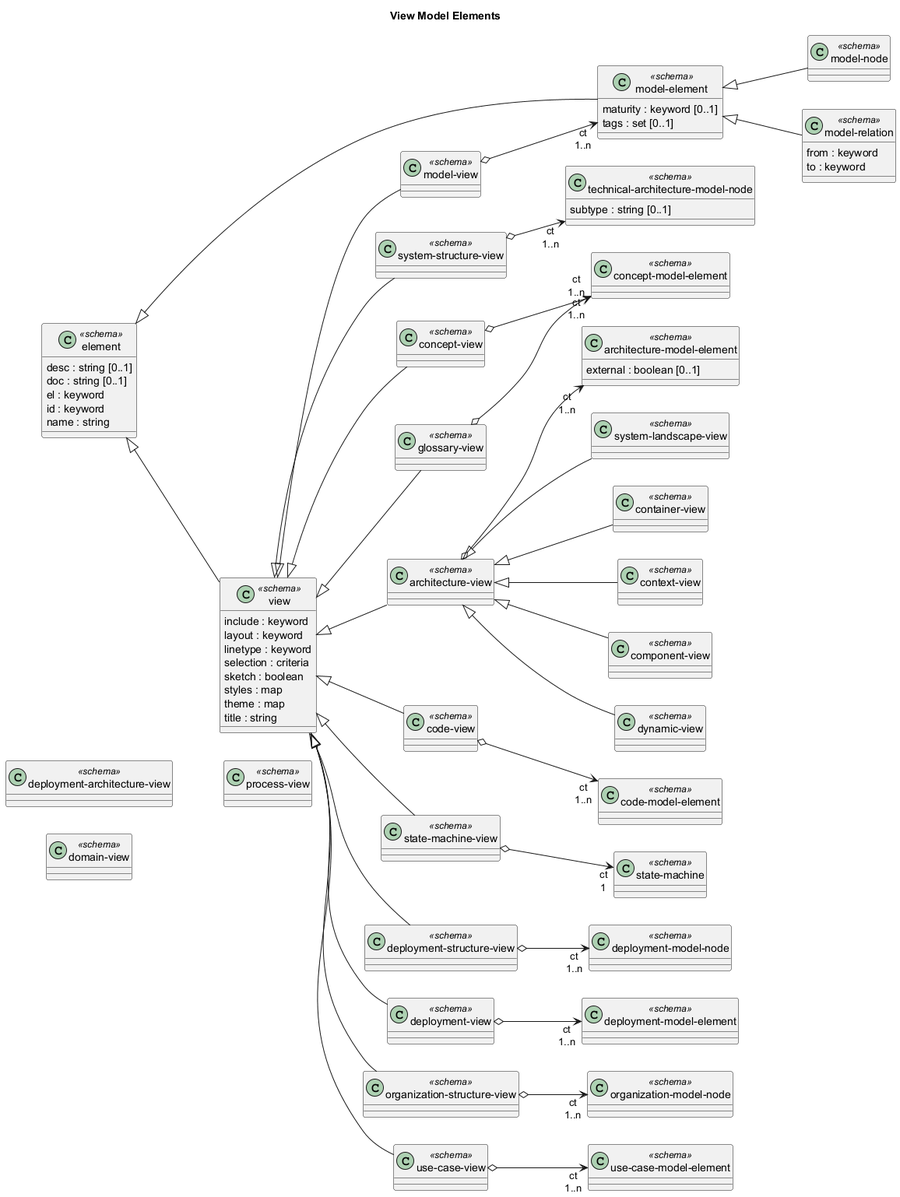
This is docs/overarch/data-model/view-model-elements.png from soulspace-org/overarch, a PlantUML export, as it was before one commit.
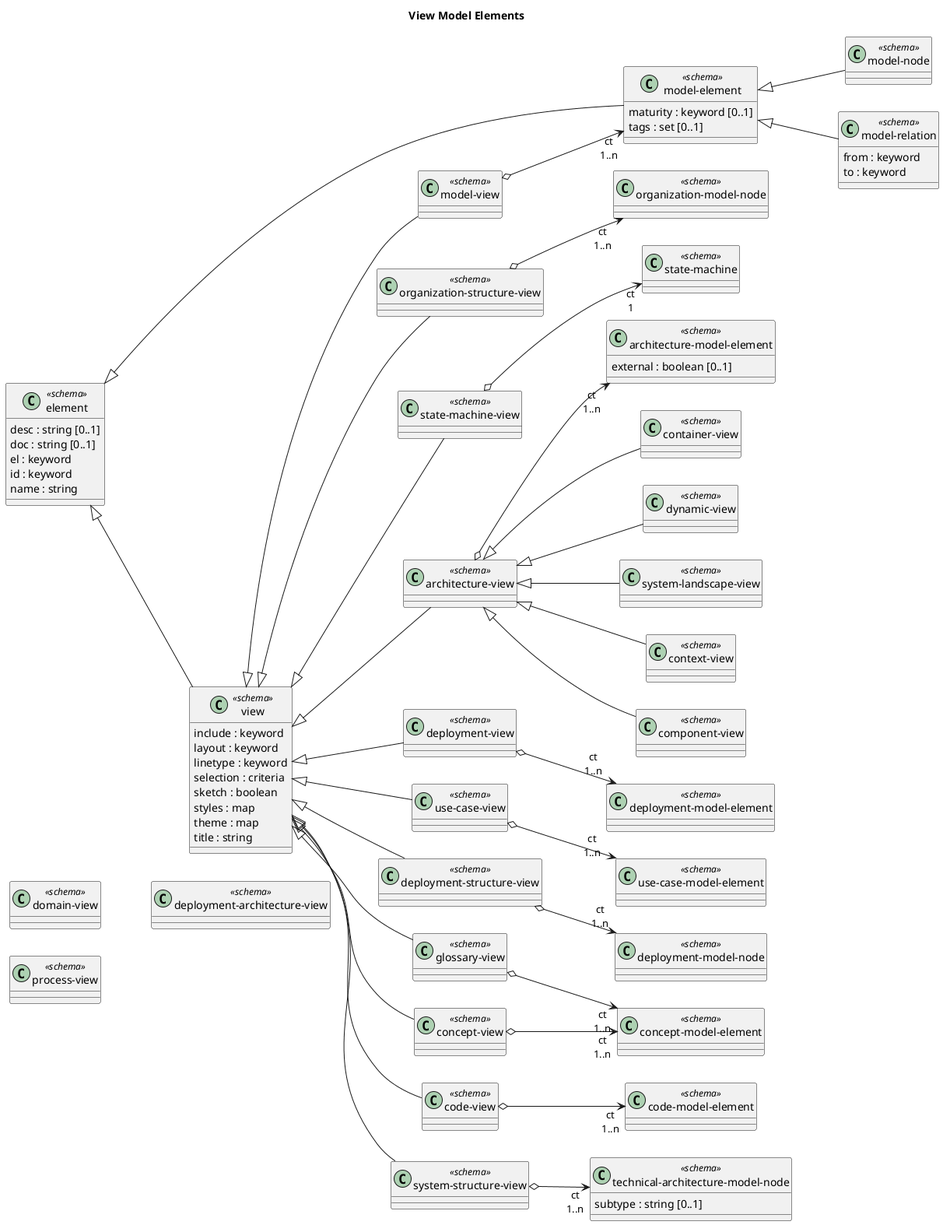
Later version of the same file.

Diff of the diagram source:
```diff
@@ -1,25 +1,34 @@
 @startuml view-model-elements
 left to right direction
 title View Model Elements
-class "deployment-model-node" as overarch_dataModel_deploymentModelNode <<schema>> {}
-class "deployment-architecture-view" as overarch_dataModel_deploymentArchitectureView <<schema>> {}
-class "system-structure-view" as overarch_dataModel_systemStructureView <<schema>> {}
+class "deployment-model-node" as overarch_dataModel_deploymentModelNode <<schema>> {
+}
+class "state-machine" as overarch_dataModel_stateMachine <<schema>> {
+}
 class "architecture-model-element" as overarch_dataModel_architectureModelElement <<schema>> {
   external : boolean [0..1]
 }
-class "state-machine" as overarch_dataModel_stateMachine <<schema>> {}
-class "domain-view" as overarch_dataModel_domainView <<schema>> {}
-class "concept-model-element" as overarch_dataModel_conceptModelElement <<schema>> {}
-class "organization-model-node" as overarch_dataModel_organizationModelNode <<schema>> {}
-class "concept-view" as overarch_dataModel_conceptView <<schema>> {}
-class "system-landscape-view" as overarch_dataModel_systemLandscapeView <<schema>> {}
-class "model-node" as overarch_dataModel_modelNode <<schema>> {}
-class "architecture-view" as overarch_dataModel_architectureView <<schema>> {}
-class "container-view" as overarch_dataModel_containerView <<schema>> {}
+class "domain-view" as overarch_dataModel_domainView <<schema>> {
+}
+class "concept-model-element" as overarch_dataModel_conceptModelElement <<schema>> {
+}
+class "organization-model-node" as overarch_dataModel_organizationModelNode <<schema>> {
+}
+class "model-node" as overarch_dataModel_modelNode <<schema>> {
+}
+class "organization-structure-view" as overarch_dataModel_organizationStructureView <<schema>> {
+}
+class "state-machine-view" as overarch_dataModel_stateMachineView <<schema>> {
+}
+class "architecture-view" as overarch_dataModel_architectureView <<schema>> {
+}
 class "technical-architecture-model-node" as overarch_dataModel_technicalArchitectureModelNode <<schema>> {
   subtype : string [0..1]
 }
-class "code-view" as overarch_dataModel_codeView <<schema>> {}
+class "container-view" as overarch_dataModel_containerView <<schema>> {
+}
+class "deployment-view" as overarch_dataModel_deploymentView <<schema>> {
+}
 class "element" as overarch_dataModel_element <<schema>> {
   desc : string [0..1]
   doc : string [0..1]
@@ -27,22 +36,34 @@
   id : keyword
   name : string
 }
-class "state-machine-view" as overarch_dataModel_stateMachineView <<schema>> {}
-class "process-view" as overarch_dataModel_processView <<schema>> {}
-class "context-view" as overarch_dataModel_contextView <<schema>> {}
+class "use-case-view" as overarch_dataModel_useCaseView <<schema>> {
+}
+class "process-view" as overarch_dataModel_processView <<schema>> {
+}
 class "model-element" as overarch_dataModel_modelElement <<schema>> {
   maturity : keyword [0..1]
   tags : set [0..1]
 }
-class "model-view" as overarch_dataModel_modelView <<schema>> {}
-class "use-case-model-element" as overarch_dataModel_useCaseModelElement <<schema>> {}
-class "glossary-view" as overarch_dataModel_glossaryView <<schema>> {}
-class "deployment-model-element" as overarch_dataModel_deploymentModelElement <<schema>> {}
-class "deployment-structure-view" as overarch_dataModel_deploymentStructureView <<schema>> {}
-class "deployment-view" as overarch_dataModel_deploymentView <<schema>> {}
-class "organization-structure-view" as overarch_dataModel_organizationStructureView <<schema>> {}
-class "component-view" as overarch_dataModel_componentView <<schema>> {}
-class "code-model-element" as overarch_dataModel_codeModelElement <<schema>> {}
+class "dynamic-view" as overarch_dataModel_dynamicView <<schema>> {
+}
+class "deployment-structure-view" as overarch_dataModel_deploymentStructureView <<schema>> {
+}
+class "glossary-view" as overarch_dataModel_glossaryView <<schema>> {
+}
+class "code-view" as overarch_dataModel_codeView <<schema>> {
+}
+class "system-landscape-view" as overarch_dataModel_systemLandscapeView <<schema>> {
+}
+class "use-case-model-element" as overarch_dataModel_useCaseModelElement <<schema>> {
+}
+class "deployment-model-element" as overarch_dataModel_deploymentModelElement <<schema>> {
+}
+class "code-model-element" as overarch_dataModel_codeModelElement <<schema>> {
+}
+class "context-view" as overarch_dataModel_contextView <<schema>> {
+}
+class "component-view" as overarch_dataModel_componentView <<schema>> {
+}
 class "view" as overarch_dataModel_view <<schema>> {
   include : keyword
   layout : keyword
@@ -53,12 +74,18 @@
   theme : map
   title : string
 }
-class "dynamic-view" as overarch_dataModel_dynamicView <<schema>> {}
+class "concept-view" as overarch_dataModel_conceptView <<schema>> {
+}
+class "model-view" as overarch_dataModel_modelView <<schema>> {
+}
+class "deployment-architecture-view" as overarch_dataModel_deploymentArchitectureView <<schema>> {
+}
+class "system-structure-view" as overarch_dataModel_systemStructureView <<schema>> {
+}
 class "model-relation" as overarch_dataModel_modelRelation <<schema>> {
   from : keyword
   to : keyword
 }
-class "use-case-view" as overarch_dataModel_useCaseView <<schema>> {}
 overarch_dataModel_codeView o-->  "ct\n1..n" overarch_dataModel_codeModelElement
 overarch_dataModel_architectureView <|-- overarch_dataModel_dynamicView
 overarch_dataModel_element <|-- overarch_dataModel_modelElement
```
